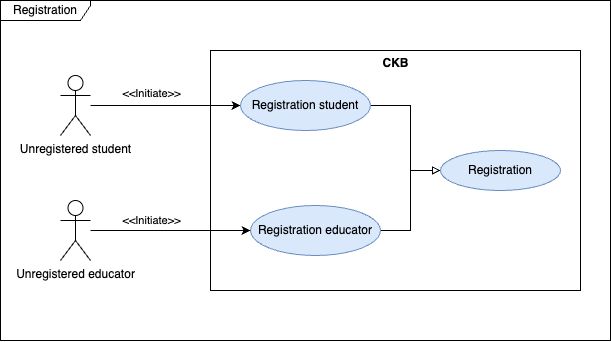
Before: RASD/images/use_cases_diagrams/Registration.png, a diagram exported from draw.io (antilupovolante/MassaraNguyenBaNicotri). Source tidied: cells renumbered, new cells last; positions are measured from the earlier drawing's top-left corner, leaving out a move shared by most shapes. The source it was exported from:
```xml
<mxGraphModel>
  <root>
    <mxCell id="0" />
    <mxCell id="1" parent="0" />
    <mxCell id="2" value="Registration" style="shape=umlFrame;whiteSpace=wrap;html=1;width=90;height=20;" parent="1" vertex="1">
      <mxGeometry width="610" height="340" as="geometry" />
    </mxCell>
    <mxCell id="3" style="edgeStyle=orthogonalEdgeStyle;rounded=0;jettySize=auto;html=1;" parent="1" edge="1" source="5" target="9">
      <mxGeometry relative="1" as="geometry" />
    </mxCell>
    <mxCell id="4" value="&amp;lt;&amp;lt;Initiate&amp;gt;&amp;gt;" style="edgeLabel;html=1;align=center;verticalAlign=top;" parent="3" vertex="1">
      <mxGeometry x="-0.15" y="2" relative="1" as="geometry">
        <mxPoint x="-4" y="-23" as="offset" />
      </mxGeometry>
    </mxCell>
    <mxCell id="5" value="Unregistered student" style="shape=umlActor;verticalLabelPosition=bottom;verticalAlign=top;html=1;" parent="1" vertex="1">
      <mxGeometry x="60" y="75" width="30" height="60" as="geometry" />
    </mxCell>
    <mxCell id="6" value="Unregistered educator" style="shape=umlActor;verticalLabelPosition=bottom;verticalAlign=top;html=1;" parent="1" vertex="1">
      <mxGeometry x="60" y="200" width="30" height="60" as="geometry" />
    </mxCell>
    <mxCell id="7" style="verticalLabelPosition=bottom;verticalAlign=top;html=1;shape=mxgraph.basic.rect;fillColor2=none;strokeWidth=1;size=20;indent=5;fillColor=none;" parent="1" vertex="1">
      <mxGeometry x="210" y="50" width="370" height="240" as="geometry" />
    </mxCell>
    <mxCell id="8" style="edgeStyle=orthogonalEdgeStyle;rounded=0;jettySize=auto;html=1;exitX=1;exitY=0.5;exitDx=0;exitDy=0;entryX=0;entryY=0.5;entryDx=0;entryDy=0;endArrow=block;endFill=0;" parent="1" edge="1" source="9" target="12">
      <mxGeometry relative="1" as="geometry">
        <Array as="points">
          <mxPoint x="410" y="105" />
          <mxPoint x="410" y="170" />
        </Array>
      </mxGeometry>
    </mxCell>
    <mxCell id="9" value="Registration student" style="ellipse;whiteSpace=wrap;html=1;fillColor=#dae8fc;strokeColor=#6c8ebf;" parent="1" vertex="1">
      <mxGeometry x="240" y="80" width="130" height="50" as="geometry" />
    </mxCell>
    <mxCell id="10" style="edgeStyle=orthogonalEdgeStyle;rounded=0;jettySize=auto;html=1;endArrow=none;endFill=0;" parent="1" edge="1" source="11">
      <mxGeometry relative="1" as="geometry">
        <mxPoint x="430" y="170" as="targetPoint" />
        <Array as="points">
          <mxPoint x="410" y="230" />
          <mxPoint x="410" y="170" />
        </Array>
      </mxGeometry>
    </mxCell>
    <mxCell id="11" value="Registration educator" style="ellipse;whiteSpace=wrap;html=1;fillColor=#dae8fc;strokeColor=#6c8ebf;" parent="1" vertex="1">
      <mxGeometry x="250" y="205" width="130" height="50" as="geometry" />
    </mxCell>
    <mxCell id="12" value="Registration" style="ellipse;whiteSpace=wrap;html=1;fillColor=#dae8fc;strokeColor=#6c8ebf;" parent="1" vertex="1">
      <mxGeometry x="440" y="150" width="120" height="40" as="geometry" />
    </mxCell>
    <mxCell id="13" style="edgeStyle=orthogonalEdgeStyle;rounded=0;jettySize=auto;html=1;entryX=0;entryY=0.5;entryDx=0;entryDy=0;" parent="1" edge="1" source="6" target="11">
      <mxGeometry relative="1" as="geometry" />
    </mxCell>
    <mxCell id="14" value="&amp;lt;&amp;lt;Initiate&amp;gt;&amp;gt;" style="edgeLabel;html=1;align=center;verticalAlign=middle;" parent="13" vertex="1">
      <mxGeometry x="-0.24" relative="1" as="geometry">
        <mxPoint y="-10" as="offset" />
      </mxGeometry>
    </mxCell>
    <mxCell id="15" value="CKB" style="text;align=center;fontStyle=1;verticalAlign=middle;spacingLeft=3;spacingRight=3;strokeColor=none;html=1;" parent="1" vertex="1">
      <mxGeometry x="355" y="50" width="80" height="26" as="geometry" />
    </mxCell>
  </root>
</mxGraphModel>
```
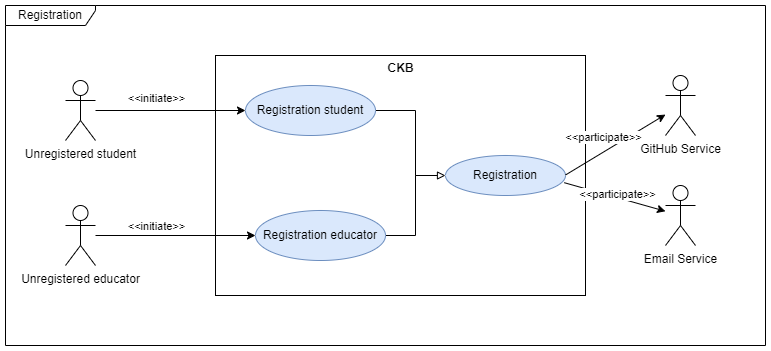
After the commit.

Change to the diagram source:
```diff
@@ -3,12 +3,12 @@
     <mxCell id="0" />
     <mxCell id="1" parent="0" />
     <mxCell id="2" value="Registration" style="shape=umlFrame;whiteSpace=wrap;html=1;width=90;height=20;" parent="1" vertex="1">
-      <mxGeometry width="610" height="340" as="geometry" />
+      <mxGeometry width="760" height="340" as="geometry" />
     </mxCell>
     <mxCell id="3" style="edgeStyle=orthogonalEdgeStyle;rounded=0;jettySize=auto;html=1;" parent="1" edge="1" source="5" target="9">
       <mxGeometry relative="1" as="geometry" />
     </mxCell>
-    <mxCell id="4" value="&amp;lt;&amp;lt;Initiate&amp;gt;&amp;gt;" style="edgeLabel;html=1;align=center;verticalAlign=top;" parent="3" vertex="1">
+    <mxCell id="4" value="&amp;lt;&amp;lt;initiate&amp;gt;&amp;gt;" style="edgeLabel;html=1;align=center;verticalAlign=top;" parent="3" vertex="1">
       <mxGeometry x="-0.15" y="2" relative="1" as="geometry">
         <mxPoint x="-4" y="-23" as="offset" />
       </mxGeometry>
@@ -51,7 +51,7 @@
     <mxCell id="13" style="edgeStyle=orthogonalEdgeStyle;rounded=0;jettySize=auto;html=1;entryX=0;entryY=0.5;entryDx=0;entryDy=0;" parent="1" edge="1" source="6" target="11">
       <mxGeometry relative="1" as="geometry" />
     </mxCell>
-    <mxCell id="14" value="&amp;lt;&amp;lt;Initiate&amp;gt;&amp;gt;" style="edgeLabel;html=1;align=center;verticalAlign=middle;" parent="13" vertex="1">
+    <mxCell id="14" value="&amp;lt;&amp;lt;initiate&amp;gt;&amp;gt;" style="edgeLabel;html=1;align=center;verticalAlign=middle;" parent="13" vertex="1">
       <mxGeometry x="-0.24" relative="1" as="geometry">
         <mxPoint y="-10" as="offset" />
       </mxGeometry>
@@ -59,5 +59,27 @@
     <mxCell id="15" value="CKB" style="text;align=center;fontStyle=1;verticalAlign=middle;spacingLeft=3;spacingRight=3;strokeColor=none;html=1;" parent="1" vertex="1">
       <mxGeometry x="355" y="50" width="80" height="26" as="geometry" />
     </mxCell>
+    <mxCell id="16" value="GitHub Service" style="shape=umlActor;verticalLabelPosition=bottom;verticalAlign=top;html=1;" parent="1" vertex="1">
+      <mxGeometry x="660" y="70" width="30" height="60" as="geometry" />
+    </mxCell>
+    <mxCell id="17" value="Email Service" style="shape=umlActor;verticalLabelPosition=bottom;verticalAlign=top;html=1;" parent="1" vertex="1">
+      <mxGeometry x="660" y="180" width="30" height="60" as="geometry" />
+    </mxCell>
+    <mxCell id="18" style="rounded=0;jettySize=auto;html=1;" parent="1" edge="1" target="16">
+      <mxGeometry relative="1" as="geometry">
+        <mxPoint x="560" y="169.5" as="sourcePoint" />
+      </mxGeometry>
+    </mxCell>
+    <mxCell id="19" value="&amp;lt;&amp;lt;participate&amp;gt;&amp;gt;" style="edgeLabel;html=1;align=center;verticalAlign=top;" parent="18" vertex="1">
+      <mxGeometry x="-0.15" y="2" relative="1" as="geometry">
+        <mxPoint x="-4" y="-23" as="offset" />
+      </mxGeometry>
+    </mxCell>
+    <mxCell id="20" style="endArrow=classic;html=1;rounded=0;exitX=0.99;exitY=0.68;exitDx=0;exitDy=0;exitPerimeter=0;" parent="1" edge="1" source="12" target="17">
+      <mxGeometry relative="1" as="geometry" />
+    </mxCell>
+    <mxCell id="21" value="&amp;lt;&amp;lt;participate&amp;gt;&amp;gt;" style="edgeLabel;html=1;align=center;verticalAlign=middle;" parent="20" vertex="1">
+      <mxGeometry x="0.03" y="3" relative="1" as="geometry" />
+    </mxCell>
   </root>
 </mxGraphModel>
```
